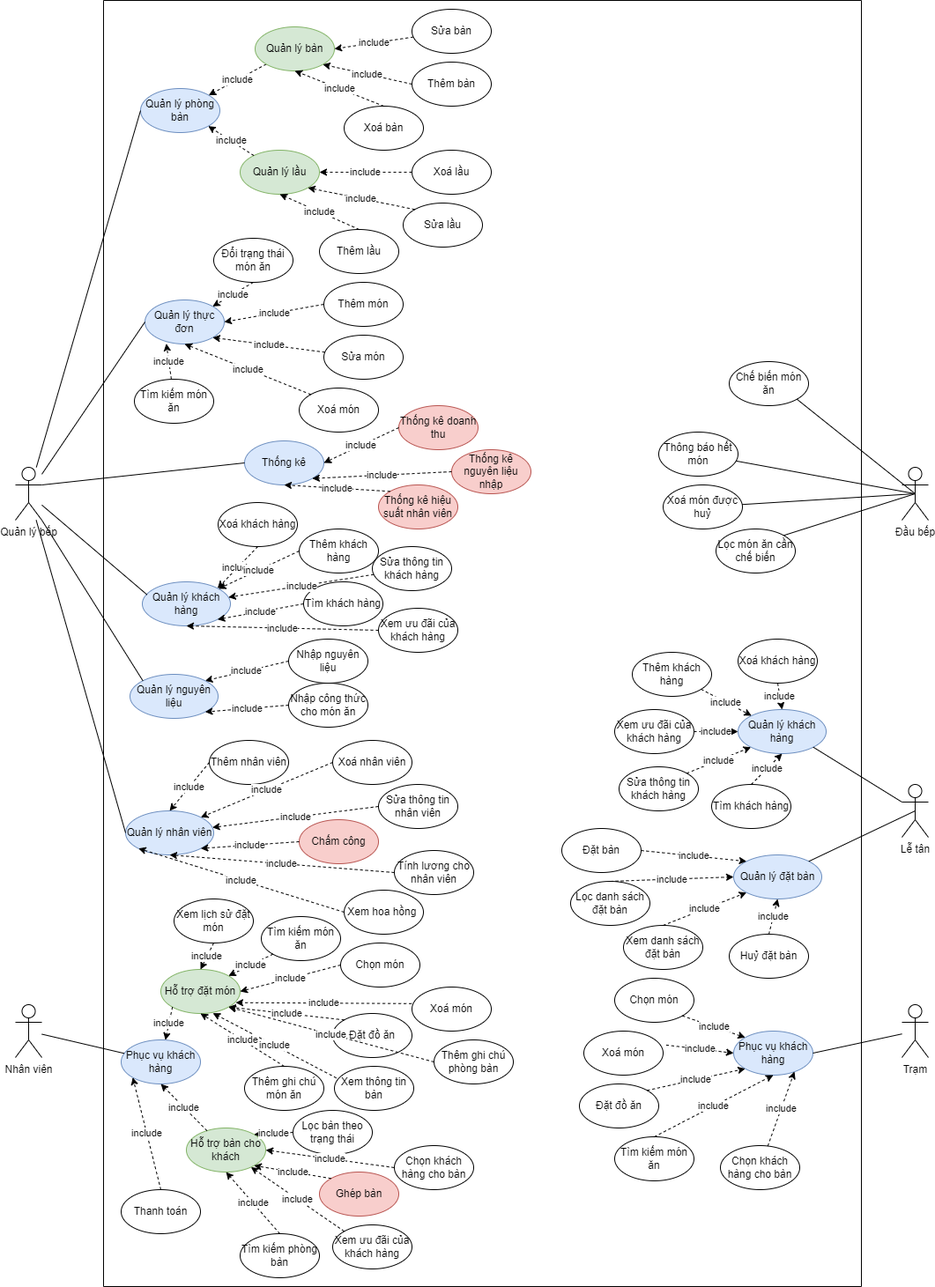
Earlier version of the draw.io export resman Usecase.drawio.png (lion160801/resman-documentation). Source tidied: cells renumbered, new cells last; positions are measured from the earlier drawing's top-left corner, leaving out a move shared by most shapes.
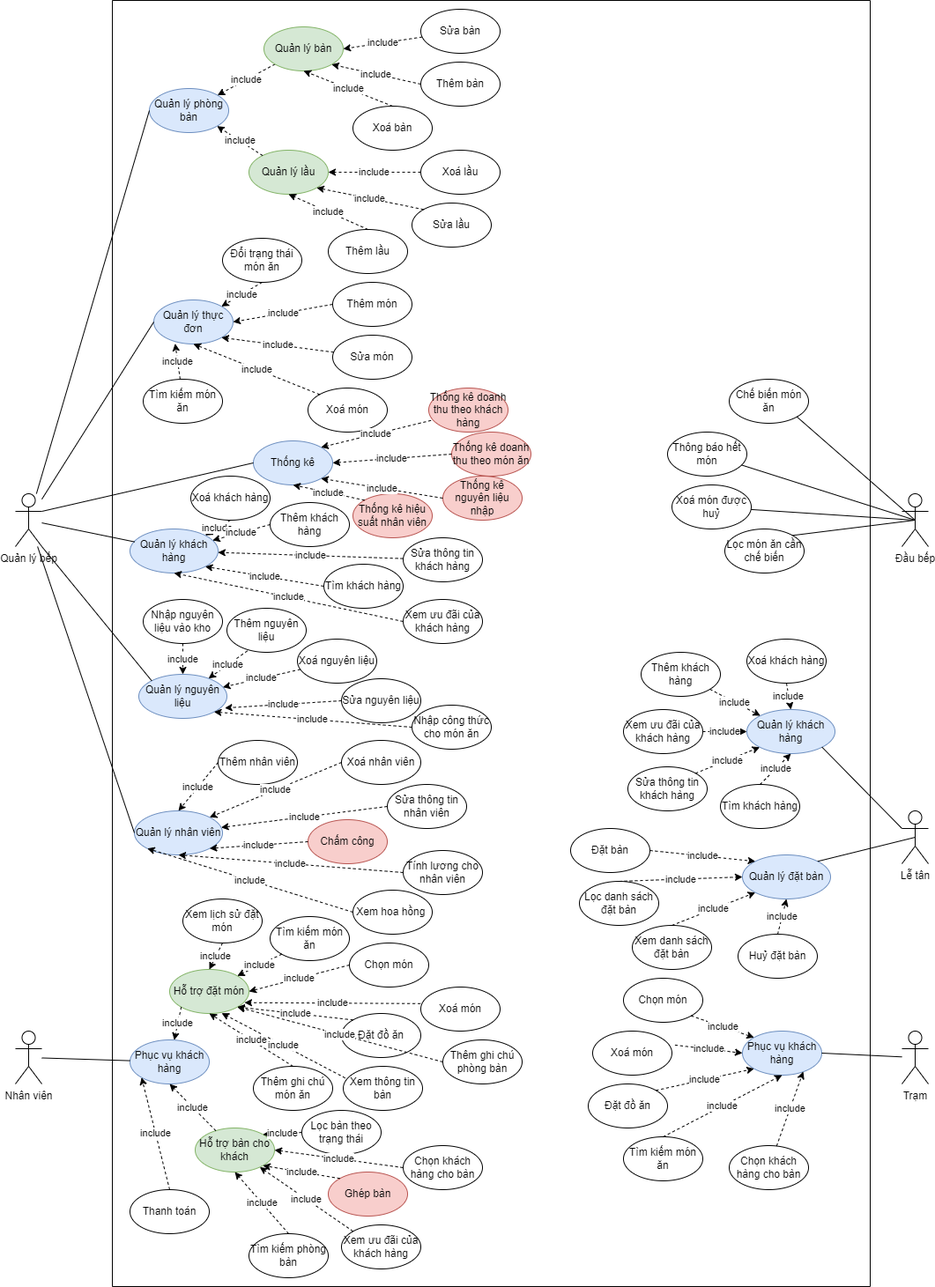
The same diagram one commit later.

Commit message:
update usecase - new db - keyapp - manhinh kiotviet

Change to the diagram source:
```diff
@@ -3,7 +3,7 @@
     <mxCell id="0" />
     <mxCell id="1" parent="0" />
     <mxCell id="2" style="swimlane;startSize=0;" parent="1" vertex="1">
-      <mxGeometry x="100" width="860" height="1460" as="geometry" />
+      <mxGeometry x="110" y="-30" width="860" height="1460" as="geometry" />
     </mxCell>
     <mxCell id="3" value="Quản lý phòng bàn" style="ellipse;whiteSpace=wrap;html=1;fillColor=#dae8fc;strokeColor=#6c8ebf;" parent="2" vertex="1">
       <mxGeometry x="42" y="100" width="90" height="50" as="geometry" />
@@ -90,7 +90,7 @@
       <mxGeometry x="20" y="1180" width="90" height="50" as="geometry" />
     </mxCell>
     <mxCell id="31" value="Chế biến món ăn" style="ellipse;whiteSpace=wrap;html=1;" parent="2" vertex="1">
-      <mxGeometry x="710" y="410" width="90" height="50" as="geometry" />
+      <mxGeometry x="700" y="430" width="90" height="50" as="geometry" />
     </mxCell>
     <mxCell id="32" value="Xoá món được huỷ" style="ellipse;whiteSpace=wrap;html=1;" parent="2" vertex="1">
       <mxGeometry x="635" y="550" width="90" height="50" as="geometry" />
@@ -108,40 +108,40 @@
       <mxGeometry x="540" y="1230" width="90" height="50" as="geometry" />
     </mxCell>
     <mxCell id="37" value="Quản lý khách hàng" style="ellipse;whiteSpace=wrap;html=1;fillColor=#dae8fc;strokeColor=#6c8ebf;" parent="2" vertex="1">
-      <mxGeometry x="44" y="660" width="100" height="50" as="geometry" />
+      <mxGeometry x="20" y="600" width="100" height="50" as="geometry" />
     </mxCell>
     <mxCell id="38" value="Xoá khách hàng" style="ellipse;whiteSpace=wrap;html=1;" parent="2" vertex="1">
-      <mxGeometry x="130" y="570" width="90" height="50" as="geometry" />
+      <mxGeometry x="89" y="540" width="90" height="50" as="geometry" />
     </mxCell>
     <mxCell id="39" value="Thêm khách hàng" style="ellipse;whiteSpace=wrap;html=1;" parent="2" vertex="1">
-      <mxGeometry x="222" y="600" width="90" height="50" as="geometry" />
+      <mxGeometry x="179" y="570" width="90" height="50" as="geometry" />
     </mxCell>
     <mxCell id="40" value="Sửa thông tin khách hàng" style="ellipse;whiteSpace=wrap;html=1;" parent="2" vertex="1">
-      <mxGeometry x="305" y="620" width="90" height="50" as="geometry" />
+      <mxGeometry x="330" y="610" width="90" height="50" as="geometry" />
     </mxCell>
     <mxCell id="41" value="Xem ưu đãi của khách hàng" style="ellipse;whiteSpace=wrap;html=1;" parent="2" vertex="1">
-      <mxGeometry x="312" y="690" width="90" height="50" as="geometry" />
+      <mxGeometry x="330" y="680" width="90" height="50" as="geometry" />
     </mxCell>
     <mxCell id="42" value="Quản lý nguyên liệu" style="ellipse;whiteSpace=wrap;html=1;fillColor=#dae8fc;strokeColor=#6c8ebf;" parent="2" vertex="1">
       <mxGeometry x="30" y="765" width="100" height="50" as="geometry" />
     </mxCell>
     <mxCell id="43" value="Nhập công thức cho món ăn" style="ellipse;whiteSpace=wrap;html=1;" parent="2" vertex="1">
-      <mxGeometry x="210" y="775" width="90" height="50" as="geometry" />
+      <mxGeometry x="340" y="800" width="90" height="50" as="geometry" />
     </mxCell>
     <mxCell id="44" value="Tìm khách hàng" style="ellipse;whiteSpace=wrap;html=1;" parent="2" vertex="1">
-      <mxGeometry x="227" y="660" width="90" height="50" as="geometry" />
+      <mxGeometry x="240" y="640" width="90" height="50" as="geometry" />
     </mxCell>
-    <mxCell id="45" value="Thống kê doanh thu" style="ellipse;whiteSpace=wrap;html=1;fillColor=#f8cecc;strokeColor=#b85450;" parent="2" vertex="1">
-      <mxGeometry x="335" y="460" width="90" height="50" as="geometry" />
+    <mxCell id="45" value="Thống kê doanh thu theo món ăn" style="ellipse;whiteSpace=wrap;html=1;fillColor=#f8cecc;strokeColor=#b85450;" parent="2" vertex="1">
+      <mxGeometry x="385" y="490" width="90" height="50" as="geometry" />
     </mxCell>
     <mxCell id="46" value="Thống kê nguyên liệu nhập" style="ellipse;whiteSpace=wrap;html=1;fillColor=#f8cecc;strokeColor=#b85450;" parent="2" vertex="1">
-      <mxGeometry x="395" y="510" width="90" height="50" as="geometry" />
+      <mxGeometry x="375" y="540" width="90" height="50" as="geometry" />
     </mxCell>
     <mxCell id="47" value="Thống kê hiệu suất nhân viên" style="ellipse;whiteSpace=wrap;html=1;fillColor=#f8cecc;strokeColor=#b85450;" parent="2" vertex="1">
-      <mxGeometry x="312" y="550" width="90" height="50" as="geometry" />
+      <mxGeometry x="273" y="560" width="90" height="50" as="geometry" />
     </mxCell>
-    <mxCell id="48" value="Nhập nguyên liệu" style="ellipse;whiteSpace=wrap;html=1;" parent="2" vertex="1">
-      <mxGeometry x="210" y="725" width="90" height="50" as="geometry" />
+    <mxCell id="48" value="Nhập nguyên liệu vào kho" style="ellipse;whiteSpace=wrap;html=1;" parent="2" vertex="1">
+      <mxGeometry x="35" y="680" width="90" height="50" as="geometry" />
     </mxCell>
     <mxCell id="49" value="Quản lý nhân viên" style="ellipse;whiteSpace=wrap;html=1;fillColor=#dae8fc;strokeColor=#6c8ebf;" parent="2" vertex="1">
       <mxGeometry x="25" y="920" width="100" height="50" as="geometry" />
@@ -254,7 +254,7 @@
     <mxCell id="85" value="include" style="edgeStyle=none;rounded=0;jettySize=auto;html=1;strokeColor=default;dashed=1;exitX=0;exitY=0.5;exitDx=0;exitDy=0;entryX=0.5;entryY=1;entryDx=0;entryDy=0;" parent="2" edge="1" source="41" target="37">
       <mxGeometry relative="1" as="geometry" />
     </mxCell>
-    <mxCell id="86" value="include" style="edgeStyle=none;rounded=0;jettySize=auto;html=1;strokeColor=default;dashed=1;exitX=0;exitY=0.5;exitDx=0;exitDy=0;entryX=1;entryY=0;entryDx=0;entryDy=0;" parent="2" edge="1" source="48" target="42">
+    <mxCell id="86" value="include" style="edgeStyle=none;rounded=0;jettySize=auto;html=1;strokeColor=default;dashed=1;exitX=0.5;exitY=1;exitDx=0;exitDy=0;" parent="2" edge="1" source="48" target="42">
       <mxGeometry relative="1" as="geometry" />
     </mxCell>
     <mxCell id="87" value="include" style="edgeStyle=none;rounded=0;jettySize=auto;html=1;strokeColor=default;dashed=1;exitX=0;exitY=0.5;exitDx=0;exitDy=0;entryX=0.5;entryY=0;entryDx=0;entryDy=0;" parent="2" edge="1" source="51" target="49">
@@ -401,6 +401,30 @@
     <mxCell id="134" value="include" style="edgeStyle=none;rounded=0;jettySize=auto;html=1;strokeColor=default;dashed=1;entryX=0.767;entryY=0.92;entryDx=0;entryDy=0;entryPerimeter=0;" parent="2" edge="1" source="133" target="105">
       <mxGeometry relative="1" as="geometry" />
     </mxCell>
+    <mxCell id="154" value="Sửa nguyên liệu" style="ellipse;whiteSpace=wrap;html=1;" parent="2" vertex="1">
+      <mxGeometry x="260" y="770" width="90" height="50" as="geometry" />
+    </mxCell>
+    <mxCell id="155" value="Xoá nguyên liệu" style="ellipse;whiteSpace=wrap;html=1;" parent="2" vertex="1">
+      <mxGeometry x="210" y="725" width="90" height="50" as="geometry" />
+    </mxCell>
+    <mxCell id="156" value="Thêm nguyên liệu" style="ellipse;whiteSpace=wrap;html=1;" parent="2" vertex="1">
+      <mxGeometry x="130" y="690" width="90" height="50" as="geometry" />
+    </mxCell>
+    <mxCell id="157" value="include" style="edgeStyle=none;rounded=0;jettySize=auto;html=1;strokeColor=default;dashed=1;exitX=0.258;exitY=0.968;exitDx=0;exitDy=0;exitPerimeter=0;" parent="2" edge="1" source="156" target="42">
+      <mxGeometry relative="1" as="geometry" />
+    </mxCell>
+    <mxCell id="158" value="include" style="edgeStyle=none;rounded=0;jettySize=auto;html=1;strokeColor=default;dashed=1;" parent="2" edge="1" source="155" target="42">
+      <mxGeometry relative="1" as="geometry" />
+    </mxCell>
+    <mxCell id="159" value="include" style="edgeStyle=none;rounded=0;jettySize=auto;html=1;strokeColor=default;dashed=1;exitX=0;exitY=0.5;exitDx=0;exitDy=0;entryX=0.976;entryY=0.764;entryDx=0;entryDy=0;entryPerimeter=0;" parent="2" edge="1" source="154" target="42">
+      <mxGeometry relative="1" as="geometry" />
+    </mxCell>
+    <mxCell id="160" value="Thống kê doanh thu theo khách hàng" style="ellipse;whiteSpace=wrap;html=1;fillColor=#f8cecc;strokeColor=#b85450;" parent="2" vertex="1">
+      <mxGeometry x="359" y="440" width="90" height="50" as="geometry" />
+    </mxCell>
+    <mxCell id="161" value="include" style="edgeStyle=none;rounded=0;jettySize=auto;html=1;strokeColor=default;dashed=1;exitX=0.029;exitY=0.736;exitDx=0;exitDy=0;entryX=1;entryY=0;entryDx=0;entryDy=0;exitPerimeter=0;" parent="2" edge="1" source="160" target="17">
+      <mxGeometry relative="1" as="geometry" />
+    </mxCell>
     <mxCell id="135" value="Quản lý bếp" style="shape=umlActor;verticalLabelPosition=bottom;verticalAlign=top;html=1;outlineConnect=0;" parent="1" vertex="1">
       <mxGeometry y="530" width="30" height="60" as="geometry" />
     </mxCell>
```
